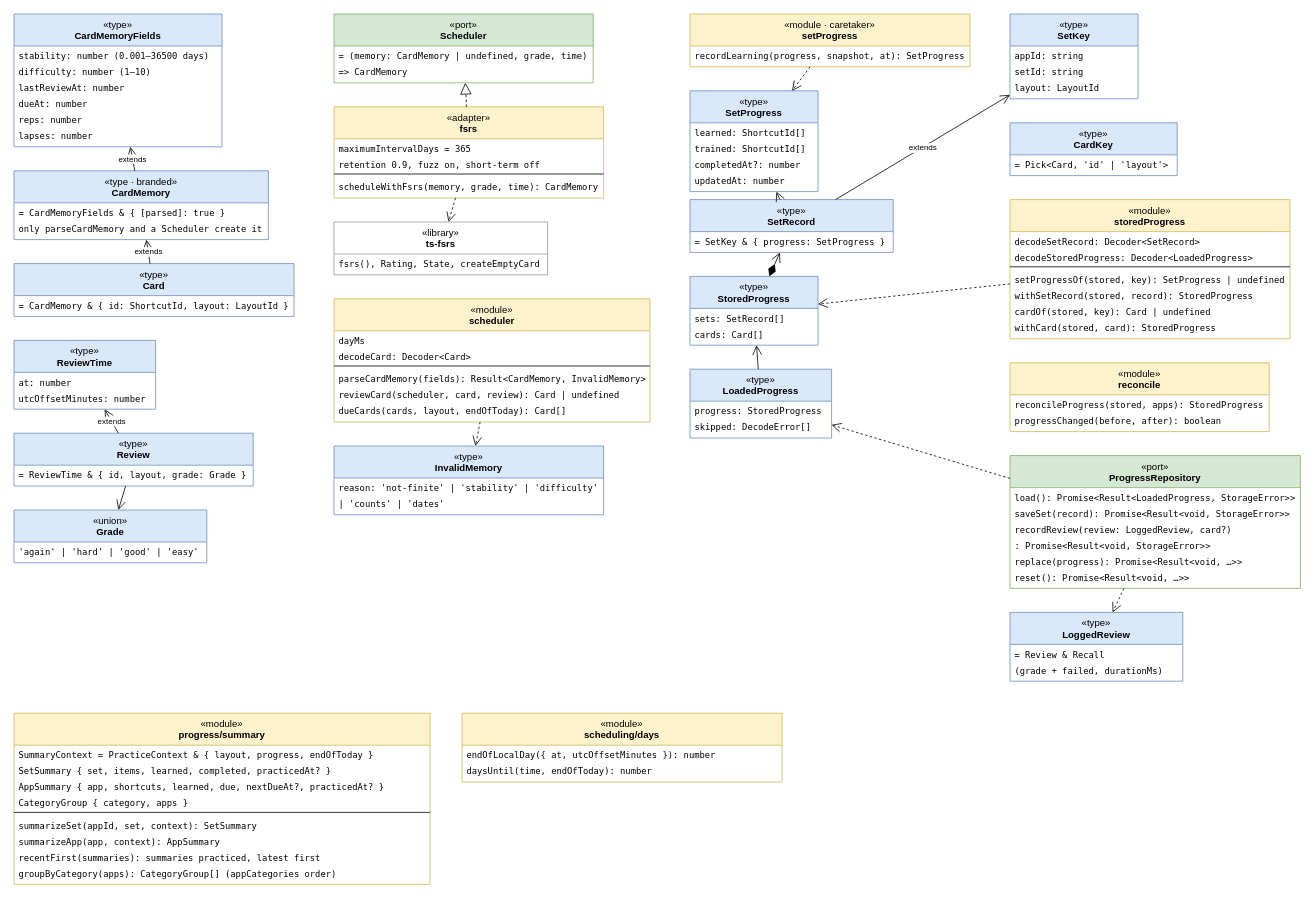
This is page "Classes – scheduling & progress" (4 of 10) of docs/uml.drawio from r0binius/mathe2-trainer, a draw.io file, before an edit. Source tidied: cells renumbered, new cells numbered last; positions are measured from the earlier drawing's top-left corner, leaving out a move shared by most shapes. Both pictures are drawn from the tidied source at 80%, with x=0, y=0 at pixel (14, 14).
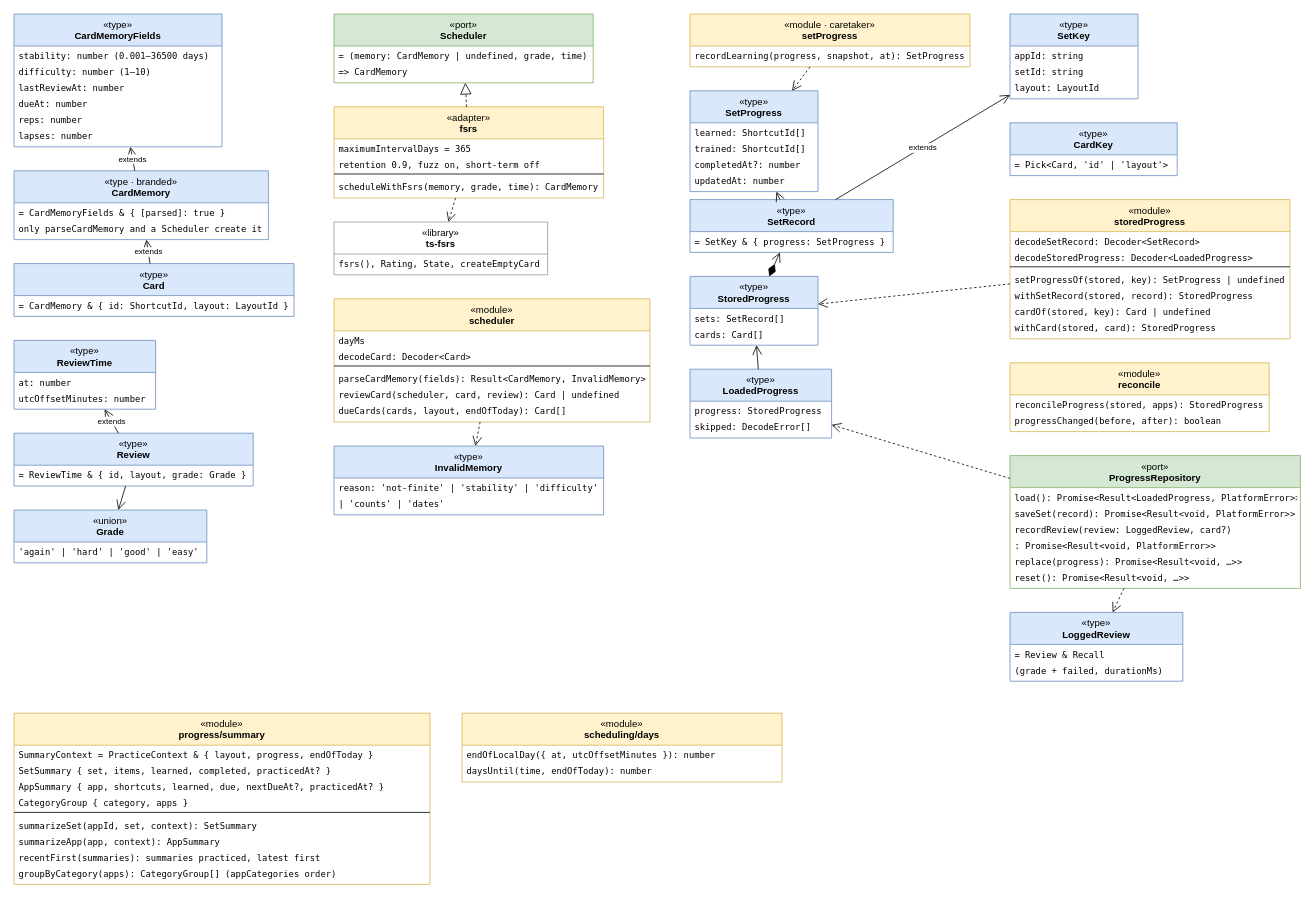
Above is the later version.

Unchanged cells that the change refers to:
```xml
<mxCell id="72" value="&amp;laquo;port&amp;raquo;&lt;br&gt;&lt;b&gt;ProgressRepository&lt;/b&gt;" style="swimlane;fontStyle=0;align=center;verticalAlign=top;horizontal=1;startSize=40;html=1;whiteSpace=wrap;fillColor=#d5e8d4;strokeColor=#82b366;swimlaneFillColor=#ffffff;" parent="1" vertex="1">
  <mxGeometry x="1245" y="552" width="363" height="166" as="geometry" />
</mxCell>
```

Diff of the diagram source:
```diff
@@
-    <mxCell id="73" value="load(): Promise&lt;Result&lt;LoadedProgress, StorageError&gt;&gt;" style="text;strokeColor=none;fillColor=none;align=left;verticalAlign=top;spacingLeft=4;spacingRight=4;overflow=hidden;fontSize=11;fontFamily=Menlo;html=0;" parent="72" vertex="1">
+    <mxCell id="73" value="load(): Promise&lt;Result&lt;LoadedProgress, PlatformError&gt;&gt;" style="text;strokeColor=none;fillColor=none;align=left;verticalAlign=top;spacingLeft=4;spacingRight=4;overflow=hidden;fontSize=11;fontFamily=Menlo;html=0;" parent="72" vertex="1">
       <mxGeometry y="40" width="363" height="20" as="geometry" />
     </mxCell>
-    <mxCell id="74" value="saveSet(record): Promise&lt;Result&lt;void, StorageError&gt;&gt;" style="text;strokeColor=none;fillColor=none;align=left;verticalAlign=top;spacingLeft=4;spacingRight=4;overflow=hidden;fontSize=11;fontFamily=Menlo;html=0;" parent="72" vertex="1">
+    <mxCell id="74" value="saveSet(record): Promise&lt;Result&lt;void, PlatformError&gt;&gt;" style="text;strokeColor=none;fillColor=none;align=left;verticalAlign=top;spacingLeft=4;spacingRight=4;overflow=hidden;fontSize=11;fontFamily=Menlo;html=0;" parent="72" vertex="1">
       <mxGeometry y="60" width="363" height="20" as="geometry" />
     </mxCell>
@@
-    <mxCell id="76" value="    : Promise&lt;Result&lt;void, StorageError&gt;&gt;" style="text;strokeColor=none;fillColor=none;align=left;verticalAlign=top;spacingLeft=4;spacingRight=4;overflow=hidden;fontSize=11;fontFamily=Menlo;html=0;" parent="72" vertex="1">
+    <mxCell id="76" value="    : Promise&lt;Result&lt;void, PlatformError&gt;&gt;" style="text;strokeColor=none;fillColor=none;align=left;verticalAlign=top;spacingLeft=4;spacingRight=4;overflow=hidden;fontSize=11;fontFamily=Menlo;html=0;" parent="72" vertex="1">
       <mxGeometry y="100" width="363" height="20" as="geometry" />
     </mxCell>
```
